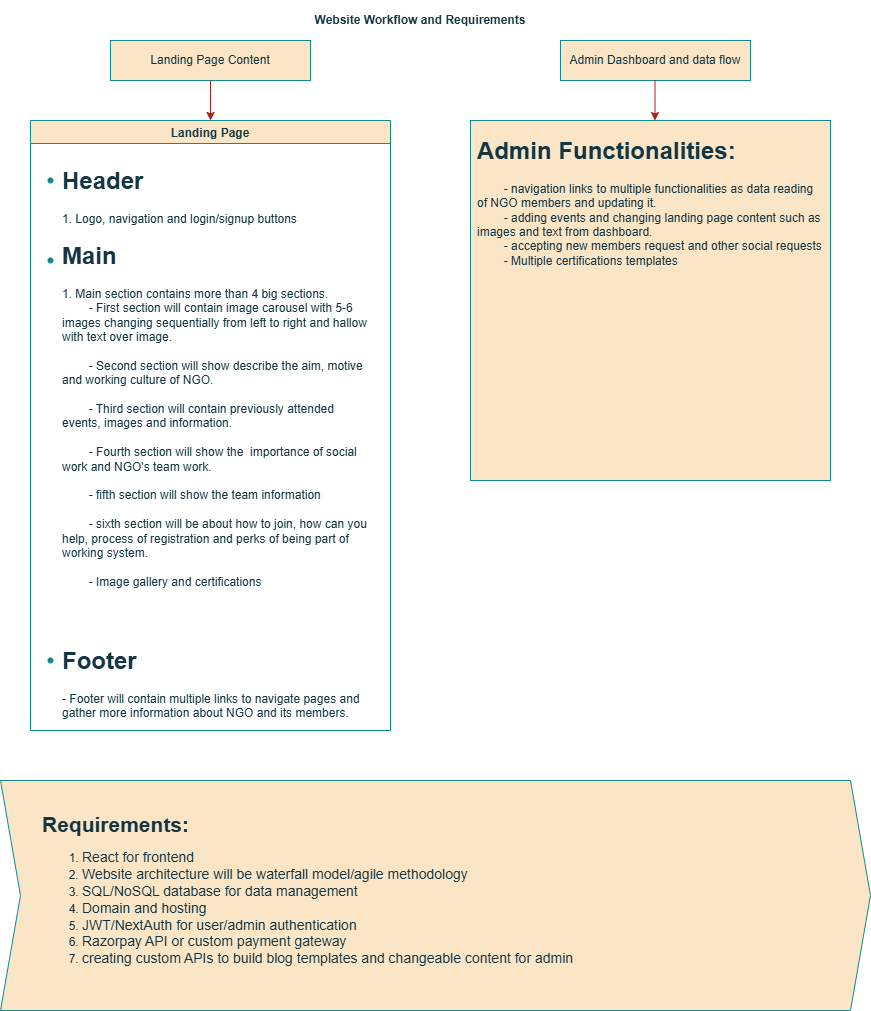
This is JavaScript/ngo-flowchart.drawio.png from PratikChavan97/All-Projects, a draw.io export, as it was before one commit. Source tidied: cells renumbered, new cells last; positions are measured from the earlier drawing's top-left corner, leaving out a move shared by most shapes. Source of this version:
```xml
<mxGraphModel>
  <root>
    <mxCell id="0" />
    <mxCell id="1" parent="0" />
    <mxCell id="2" value="&lt;b&gt;Website Workflow and Requirements&lt;/b&gt;" style="text;html=1;align=center;verticalAlign=middle;whiteSpace=wrap;rounded=0;labelBackgroundColor=none;fontColor=#143642;" parent="1" vertex="1">
      <mxGeometry x="310" width="220" height="40" as="geometry" />
    </mxCell>
    <mxCell id="3" value="Landing Page Content" style="rounded=0;whiteSpace=wrap;html=1;labelBackgroundColor=none;fillColor=#FAE5C7;strokeColor=#0F8B8D;fontColor=#143642;" parent="1" vertex="1">
      <mxGeometry x="110" y="40" width="200" height="40" as="geometry" />
    </mxCell>
    <mxCell id="4" value="Admin Dashboard and data flow" style="rounded=0;whiteSpace=wrap;html=1;labelBackgroundColor=none;fillColor=#FAE5C7;strokeColor=#0F8B8D;fontColor=#143642;" parent="1" vertex="1">
      <mxGeometry x="560" y="40" width="190" height="40" as="geometry" />
    </mxCell>
    <mxCell id="5" value="Landing Page" style="swimlane;labelBackgroundColor=none;fillColor=#FAE5C7;strokeColor=#0F8B8D;fontColor=#143642;" parent="1" vertex="1">
      <mxGeometry x="30" y="120" width="360" height="610" as="geometry" />
    </mxCell>
    <mxCell id="6" style="shape=waypoint;sketch=0;size=6;fillColor=none;perimeter=centerPerimeter;labelBackgroundColor=none;strokeColor=#0F8B8D;fontColor=#143642;" parent="5" vertex="1">
      <mxGeometry x="10" y="50" width="20" height="20" as="geometry" />
    </mxCell>
    <mxCell id="7" value="&lt;h1 style=&quot;margin-top: 0px;&quot;&gt;Header&lt;/h1&gt;&lt;div&gt;1. Logo, navigation and login/signup buttons&lt;/div&gt;" style="text;html=1;whiteSpace=wrap;overflow=hidden;rounded=0;labelBackgroundColor=none;fontColor=#143642;" parent="5" vertex="1">
      <mxGeometry x="30" y="40" width="310" height="80" as="geometry" />
    </mxCell>
    <mxCell id="8" style="shape=waypoint;sketch=0;size=6;fillColor=none;perimeter=centerPerimeter;labelBackgroundColor=none;strokeColor=#0F8B8D;fontColor=#143642;" parent="5" vertex="1">
      <mxGeometry x="10" y="130" width="20" height="20" as="geometry" />
    </mxCell>
    <mxCell id="9" value="&lt;h1 style=&quot;margin-top: 0px;&quot;&gt;Main&lt;/h1&gt;&lt;div&gt;1. Main section contains more than 4 big sections.&lt;/div&gt;&lt;div&gt;&lt;span style=&quot;white-space: pre;&quot;&gt;&#9;&lt;/span&gt;- First section will contain image carousel with 5-6 images changing sequentially from left to right and hallow with text over image.&lt;br&gt;&lt;/div&gt;&lt;div&gt;&lt;br&gt;&lt;/div&gt;&lt;div&gt;&lt;span style=&quot;white-space: pre;&quot;&gt;&#9;&lt;/span&gt;- Second section will show describe the aim, motive and working culture of NGO.&lt;br&gt;&lt;/div&gt;&lt;div&gt;&lt;br&gt;&lt;/div&gt;&lt;div&gt;&lt;span style=&quot;white-space: pre;&quot;&gt;&#9;&lt;/span&gt;- Third section will contain previously attended events, images and information.&lt;br&gt;&lt;/div&gt;&lt;div&gt;&lt;br&gt;&lt;/div&gt;&lt;div&gt;&lt;span style=&quot;white-space: pre;&quot;&gt;&#9;&lt;/span&gt;- Fourth section will show the&amp;nbsp; importance of social work and NGO's team work.&lt;br&gt;&lt;/div&gt;&lt;div&gt;&lt;br&gt;&lt;/div&gt;&lt;div&gt;&lt;span style=&quot;white-space: pre;&quot;&gt;&#9;&lt;/span&gt;- fifth section will show the team information&lt;br&gt;&lt;/div&gt;&lt;div&gt;&lt;br&gt;&lt;/div&gt;&lt;div&gt;&lt;span style=&quot;white-space: pre;&quot;&gt;&#9;&lt;/span&gt;- sixth section will be about how to join, how can you help, process of registration and perks of being part of working system.&lt;br&gt;&lt;/div&gt;&lt;div&gt;&lt;br&gt;&lt;/div&gt;&lt;div&gt;&lt;span style=&quot;white-space: pre;&quot;&gt;&#9;&lt;/span&gt;- Image gallery and certifications&lt;br&gt;&lt;/div&gt;&lt;div&gt;&lt;br&gt;&lt;/div&gt;" style="text;html=1;whiteSpace=wrap;overflow=hidden;rounded=0;labelBackgroundColor=none;fontColor=#143642;" parent="5" vertex="1">
      <mxGeometry x="30" y="115" width="310" height="365" as="geometry" />
    </mxCell>
    <mxCell id="10" style="shape=waypoint;sketch=0;size=6;fillColor=none;perimeter=centerPerimeter;labelBackgroundColor=none;strokeColor=#0F8B8D;fontColor=#143642;" parent="5" vertex="1">
      <mxGeometry x="10" y="530" width="20" height="20" as="geometry" />
    </mxCell>
    <mxCell id="11" value="&lt;h1 style=&quot;margin-top: 0px;&quot;&gt;Footer&lt;/h1&gt;&lt;div&gt;- Footer will contain multiple links to navigate pages and gather more information about NGO and its members.&lt;/div&gt;" style="text;html=1;whiteSpace=wrap;overflow=hidden;rounded=0;labelBackgroundColor=none;fontColor=#143642;" parent="5" vertex="1">
      <mxGeometry x="30" y="520" width="310" height="80" as="geometry" />
    </mxCell>
    <mxCell id="12" style="endArrow=classic;html=1;rounded=0;entryX=0.5;entryY=0;entryDx=0;entryDy=0;labelBackgroundColor=none;strokeColor=#A8201A;fontColor=default;" parent="1" edge="1" target="5">
      <mxGeometry relative="1" as="geometry">
        <mxPoint x="210" y="80" as="sourcePoint" />
      </mxGeometry>
    </mxCell>
    <mxCell id="13" style="endArrow=classic;html=1;rounded=0;entryX=0.5;entryY=0;entryDx=0;entryDy=0;labelBackgroundColor=none;strokeColor=#A8201A;fontColor=default;" parent="1" edge="1">
      <mxGeometry relative="1" as="geometry">
        <mxPoint x="654.5" y="80" as="sourcePoint" />
        <mxPoint x="654.5" y="120" as="targetPoint" />
      </mxGeometry>
    </mxCell>
    <mxCell id="14" style="whiteSpace=wrap;html=1;labelBackgroundColor=none;fillColor=#FAE5C7;strokeColor=#0F8B8D;fontColor=#143642;" parent="1" vertex="1">
      <mxGeometry x="470" y="120" width="360" height="360" as="geometry" />
    </mxCell>
    <mxCell id="15" value="&lt;h1 style=&quot;margin-top: 0px;&quot;&gt;Admin Functionalities:&lt;/h1&gt;&lt;div&gt;&lt;span style=&quot;white-space: pre;&quot;&gt;&#9;&lt;/span&gt;- navigation links to multiple functionalities as data reading of NGO members and updating it.&lt;br&gt;&lt;/div&gt;&lt;div&gt;&lt;span style=&quot;white-space: pre;&quot;&gt;&#9;&lt;/span&gt;- adding events and changing landing page content such as images and text from dashboard.&lt;br&gt;&lt;/div&gt;&lt;div&gt;&lt;span style=&quot;white-space: pre;&quot;&gt;&#9;&lt;/span&gt;- accepting new members request and other social requests&lt;br&gt;&lt;/div&gt;&lt;div&gt;&lt;span style=&quot;white-space: pre;&quot;&gt;&#9;&lt;/span&gt;- Multiple certifications templates&amp;nbsp;&lt;br&gt;&lt;/div&gt;" style="text;html=1;whiteSpace=wrap;overflow=hidden;rounded=0;labelBackgroundColor=none;fontColor=#143642;" parent="1" vertex="1">
      <mxGeometry x="475" y="130" width="350" height="200" as="geometry" />
    </mxCell>
    <mxCell id="16" value="&lt;blockquote style=&quot;margin: 0 0 0 40px; border: none; padding: 0px;&quot;&gt;&lt;b&gt;&lt;font style=&quot;font-size: 21px;&quot;&gt;Requirements:&lt;/font&gt;&lt;/b&gt;&lt;/blockquote&gt;&lt;blockquote style=&quot;margin: 0 0 0 40px; border: none; padding: 0px;&quot;&gt;&lt;ol&gt;&lt;li&gt;&lt;font style=&quot;font-size: 14px;&quot;&gt;React for frontend&lt;/font&gt;&lt;/li&gt;&lt;li&gt;&lt;font style=&quot;font-size: 14px;&quot;&gt;Website architecture will be waterfall model/agile methodology&lt;/font&gt;&lt;/li&gt;&lt;li&gt;&lt;font style=&quot;font-size: 14px;&quot;&gt;SQL/NoSQL database for data management&lt;/font&gt;&lt;/li&gt;&lt;li&gt;&lt;span style=&quot;font-size: 14px;&quot;&gt;Domain and hosting&lt;/span&gt;&lt;/li&gt;&lt;li&gt;&lt;span style=&quot;font-size: 14px;&quot;&gt;JWT/NextAuth for user/admin authentication&lt;/span&gt;&lt;/li&gt;&lt;li&gt;&lt;span style=&quot;font-size: 14px;&quot;&gt;Razorpay API or custom payment gateway&lt;/span&gt;&lt;/li&gt;&lt;li&gt;&lt;span style=&quot;font-size: 14px;&quot;&gt;creating custom APIs to build blog templates and changeable content for admin&lt;/span&gt;&lt;/li&gt;&lt;/ol&gt;&lt;/blockquote&gt;" style="shape=step;perimeter=stepPerimeter;whiteSpace=wrap;html=1;fixedSize=1;align=left;labelBackgroundColor=none;fillColor=#FAE5C7;strokeColor=#0F8B8D;fontColor=#143642;" parent="1" vertex="1">
      <mxGeometry y="780" width="870" height="230" as="geometry" />
    </mxCell>
  </root>
</mxGraphModel>
```
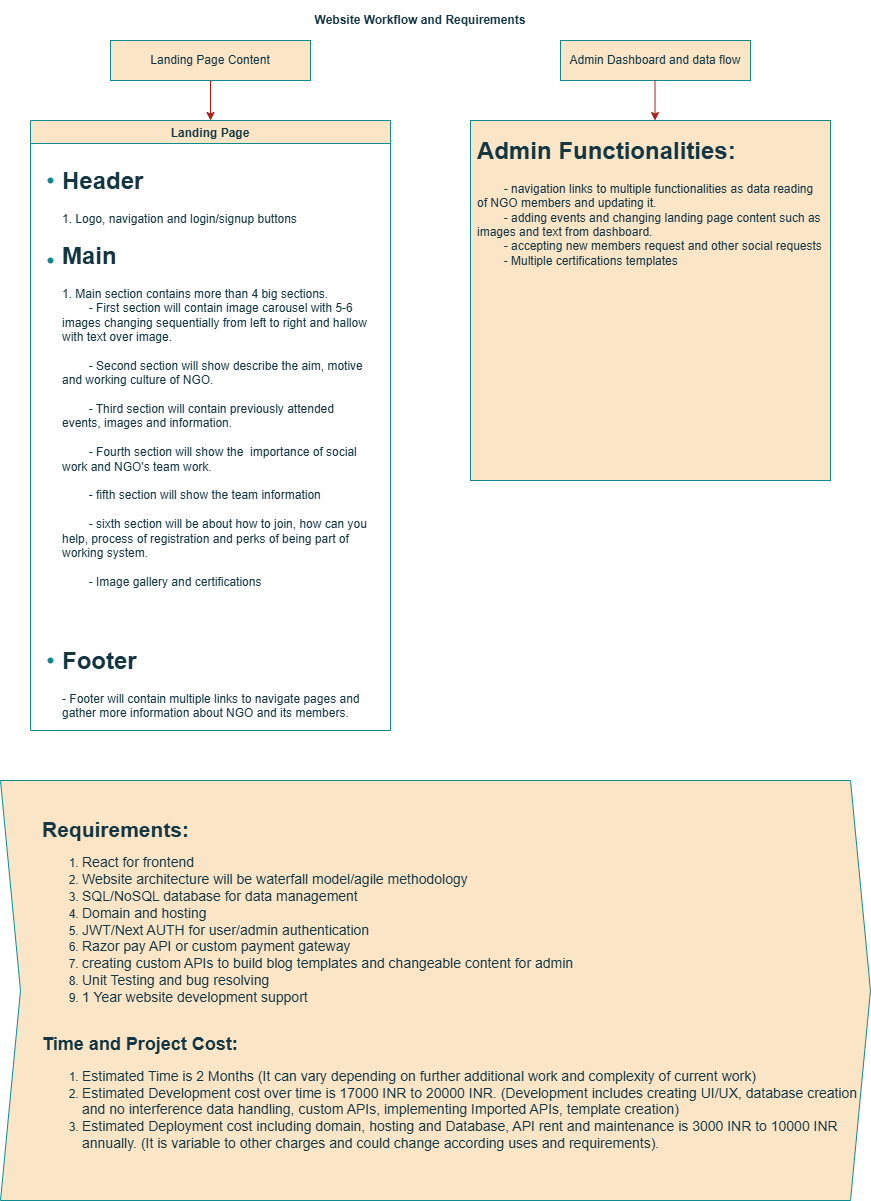
Above is the later version.

Diff of the diagram source:
```diff
@@ -49,8 +49,8 @@
     <mxCell id="15" value="&lt;h1 style=&quot;margin-top: 0px;&quot;&gt;Admin Functionalities:&lt;/h1&gt;&lt;div&gt;&lt;span style=&quot;white-space: pre;&quot;&gt;&#9;&lt;/span&gt;- navigation links to multiple functionalities as data reading of NGO members and updating it.&lt;br&gt;&lt;/div&gt;&lt;div&gt;&lt;span style=&quot;white-space: pre;&quot;&gt;&#9;&lt;/span&gt;- adding events and changing landing page content such as images and text from dashboard.&lt;br&gt;&lt;/div&gt;&lt;div&gt;&lt;span style=&quot;white-space: pre;&quot;&gt;&#9;&lt;/span&gt;- accepting new members request and other social requests&lt;br&gt;&lt;/div&gt;&lt;div&gt;&lt;span style=&quot;white-space: pre;&quot;&gt;&#9;&lt;/span&gt;- Multiple certifications templates&amp;nbsp;&lt;br&gt;&lt;/div&gt;" style="text;html=1;whiteSpace=wrap;overflow=hidden;rounded=0;labelBackgroundColor=none;fontColor=#143642;" parent="1" vertex="1">
       <mxGeometry x="475" y="130" width="350" height="200" as="geometry" />
     </mxCell>
-    <mxCell id="16" value="&lt;blockquote style=&quot;margin: 0 0 0 40px; border: none; padding: 0px;&quot;&gt;&lt;b&gt;&lt;font style=&quot;font-size: 21px;&quot;&gt;Requirements:&lt;/font&gt;&lt;/b&gt;&lt;/blockquote&gt;&lt;blockquote style=&quot;margin: 0 0 0 40px; border: none; padding: 0px;&quot;&gt;&lt;ol&gt;&lt;li&gt;&lt;font style=&quot;font-size: 14px;&quot;&gt;React for frontend&lt;/font&gt;&lt;/li&gt;&lt;li&gt;&lt;font style=&quot;font-size: 14px;&quot;&gt;Website architecture will be waterfall model/agile methodology&lt;/font&gt;&lt;/li&gt;&lt;li&gt;&lt;font style=&quot;font-size: 14px;&quot;&gt;SQL/NoSQL database for data management&lt;/font&gt;&lt;/li&gt;&lt;li&gt;&lt;span style=&quot;font-size: 14px;&quot;&gt;Domain and hosting&lt;/span&gt;&lt;/li&gt;&lt;li&gt;&lt;span style=&quot;font-size: 14px;&quot;&gt;JWT/NextAuth for user/admin authentication&lt;/span&gt;&lt;/li&gt;&lt;li&gt;&lt;span style=&quot;font-size: 14px;&quot;&gt;Razorpay API or custom payment gateway&lt;/span&gt;&lt;/li&gt;&lt;li&gt;&lt;span style=&quot;font-size: 14px;&quot;&gt;creating custom APIs to build blog templates and changeable content for admin&lt;/span&gt;&lt;/li&gt;&lt;/ol&gt;&lt;/blockquote&gt;" style="shape=step;perimeter=stepPerimeter;whiteSpace=wrap;html=1;fixedSize=1;align=left;labelBackgroundColor=none;fillColor=#FAE5C7;strokeColor=#0F8B8D;fontColor=#143642;" parent="1" vertex="1">
-      <mxGeometry y="780" width="870" height="230" as="geometry" />
+    <mxCell id="16" value="&lt;blockquote style=&quot;margin: 0 0 0 40px; border: none; padding: 0px;&quot;&gt;&lt;b&gt;&lt;font style=&quot;font-size: 21px;&quot;&gt;Requirements:&lt;/font&gt;&lt;/b&gt;&lt;/blockquote&gt;&lt;blockquote style=&quot;margin: 0 0 0 40px; border: none; padding: 0px;&quot;&gt;&lt;ol&gt;&lt;li&gt;&lt;font style=&quot;font-size: 14px;&quot;&gt;React for frontend&lt;/font&gt;&lt;/li&gt;&lt;li&gt;&lt;font style=&quot;font-size: 14px;&quot;&gt;Website architecture will be waterfall model/agile methodology&lt;/font&gt;&lt;/li&gt;&lt;li&gt;&lt;font style=&quot;font-size: 14px;&quot;&gt;SQL/NoSQL database for data management&lt;/font&gt;&lt;/li&gt;&lt;li&gt;&lt;span style=&quot;font-size: 14px;&quot;&gt;Domain and hosting&lt;/span&gt;&lt;/li&gt;&lt;li&gt;&lt;span style=&quot;font-size: 14px;&quot;&gt;JWT/Next AUTH for user/admin authentication&lt;/span&gt;&lt;/li&gt;&lt;li&gt;&lt;span style=&quot;font-size: 14px;&quot;&gt;Razor pay API or custom payment gateway&lt;/span&gt;&lt;/li&gt;&lt;li&gt;&lt;span style=&quot;font-size: 14px;&quot;&gt;creating custom APIs to build blog templates and changeable content for admin&lt;/span&gt;&lt;/li&gt;&lt;li&gt;&lt;span style=&quot;font-size: 14px;&quot;&gt;Unit Testing and bug resolving&lt;/span&gt;&lt;/li&gt;&lt;li&gt;&lt;span style=&quot;font-size: 14px;&quot;&gt;1 Year website development support&amp;nbsp;&lt;/span&gt;&lt;/li&gt;&lt;/ol&gt;&lt;div&gt;&lt;span style=&quot;font-size: 14px;&quot;&gt;&lt;br&gt;&lt;/span&gt;&lt;/div&gt;&lt;div&gt;&lt;b style=&quot;&quot;&gt;&lt;font style=&quot;font-size: 18px;&quot;&gt;Time and Project Cost:&lt;/font&gt;&lt;/b&gt;&lt;/div&gt;&lt;div&gt;&lt;ol&gt;&lt;li&gt;&lt;font style=&quot;font-size: 14px;&quot;&gt;Estimated Time is 2 Months (It can vary depending on further additional work and complexity of current work)&lt;/font&gt;&lt;/li&gt;&lt;li&gt;&lt;font style=&quot;font-size: 14px;&quot;&gt;Estimated Development cost over time is 17000 INR to 20000 INR. (Development includes creating UI/UX, database creation and no interference data handling, custom APIs, implementing Imported APIs, template creation)&lt;/font&gt;&lt;/li&gt;&lt;li&gt;&lt;font style=&quot;font-size: 14px;&quot;&gt;Estimated Deployment cost including domain, hosting and Database, API rent and maintenance is 3000 INR to 10000 INR annually. (It is variable to other charges and could change according uses and requirements).&lt;/font&gt;&lt;/li&gt;&lt;/ol&gt;&lt;/div&gt;&lt;/blockquote&gt;" style="shape=step;perimeter=stepPerimeter;whiteSpace=wrap;html=1;fixedSize=1;align=left;labelBackgroundColor=none;fillColor=#FAE5C7;strokeColor=#0F8B8D;fontColor=#143642;" parent="1" vertex="1">
+      <mxGeometry y="780" width="870" height="420" as="geometry" />
     </mxCell>
   </root>
 </mxGraphModel>
```
